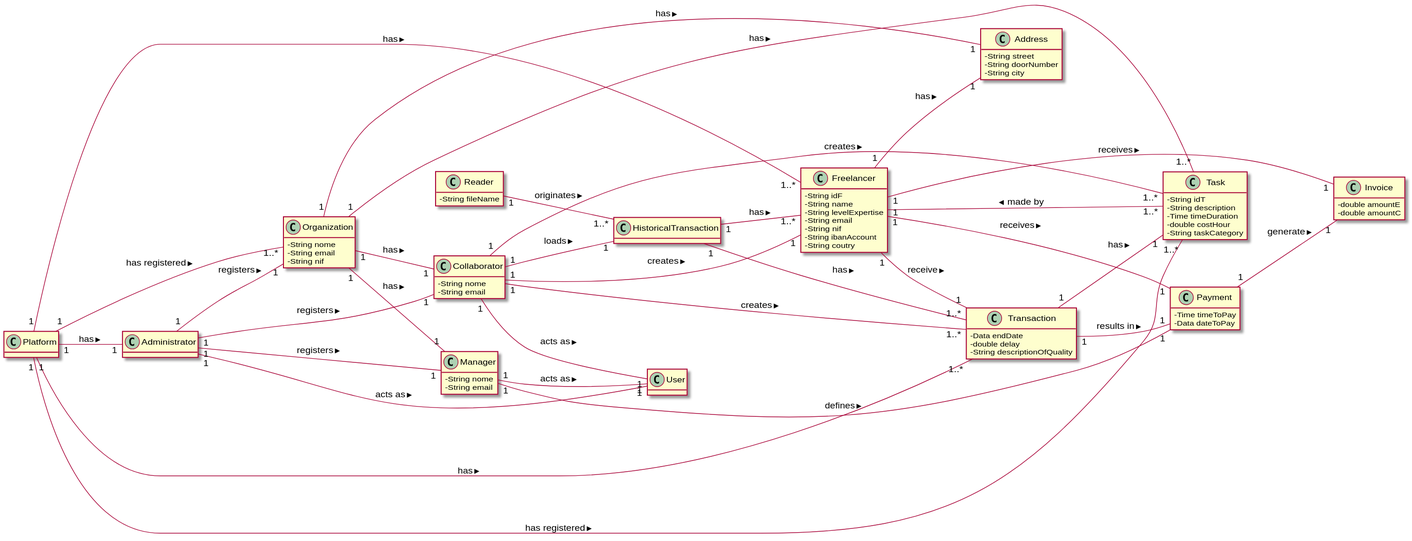
1190452/LAPR2 keeps this PlantUML diagram as docs/MD/LAPR2_MD.svg. Above is the earlier version.
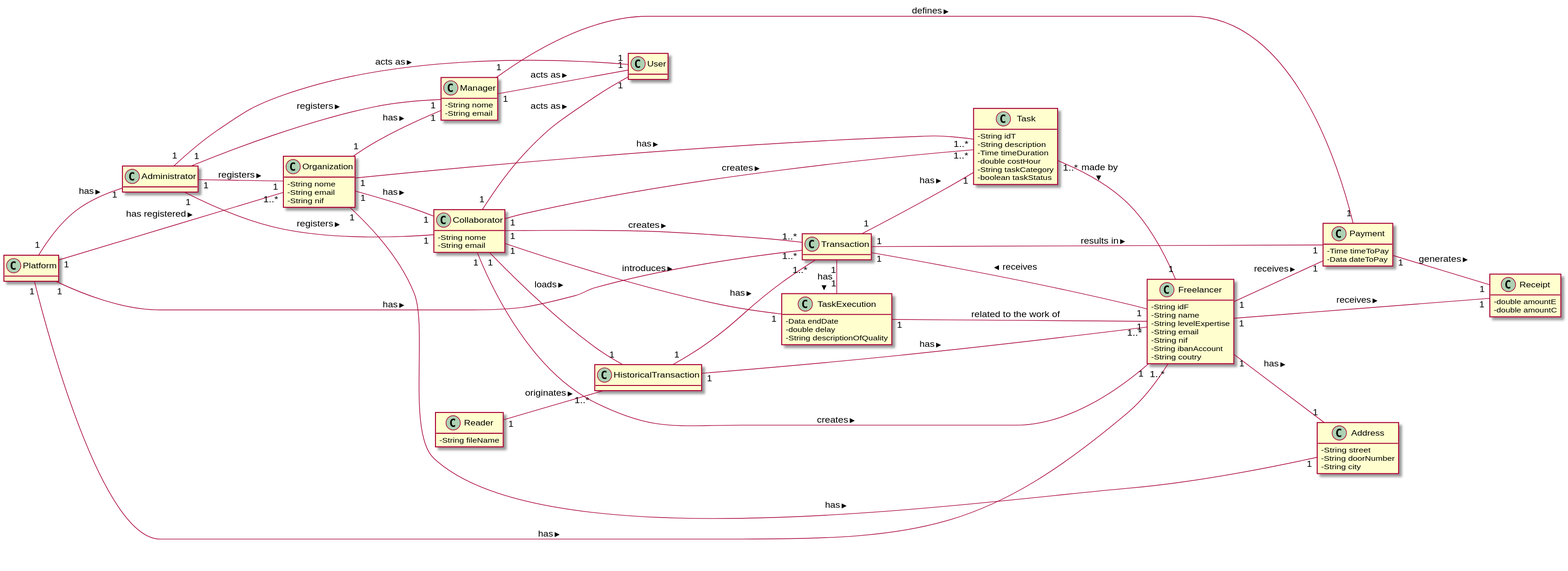
Above is the later version.

Change to the diagram source:
```diff
@@ -32,6 +32,7 @@
   -Time timeDuration
   -double costHour
   -String taskCategory
+  -boolean taskStatus
 }
 
 class Manager {
@@ -42,15 +43,12 @@
 class User {
 }
 
-class Invoice {
+class Receipt {
   -double amountE
   -double amountC
 }
 
 class Transaction {
-  -Data endDate
-  -double delay
-  -String descriptionOfQuality
 }
 
 class Address{
@@ -74,8 +72,15 @@
 class HistoricalTransaction{
 }
 
-Freelancer "1" -- "1" Transaction: receive >
-Freelancer "1" -- "1" Invoice: receives >
+class TaskExecution{
+  -Data endDate
+  -double delay
+  -String descriptionOfQuality
+  }
+
+
+Freelancer "1" -- "1" Transaction: receives >
+Freelancer "1" -- "1" Receipt: receives >
 Freelancer "1" -- "1" Payment: receives >
 Freelancer "1" -- "1" Address: has >
 
@@ -85,7 +90,6 @@
 Platform "1" -- "1" Administrator: has >
 Platform "1" -- "1..*" Organization: has registered >
 Platform "1" -- "1..*" Freelancer: has >
-Platform "1" -- "1..*" Task: has registered >
 
 Organization "1" -- "1" Address: has >
 Organization "1" -- "1" Manager: has >
@@ -102,9 +106,10 @@
 
 Transaction "1" -- "1" Payment: results in >
 Transaction "1" -- "1" Task: has >
+Transaction "1" - "1" TaskExecution: has >
 
 
-Payment "1" -- "1" Invoice: generate >
+Payment "1" -- "1" Receipt: generates >
 
 
 Reader "1" -- "1..*" HistoricalTransaction: originates >
@@ -117,4 +122,7 @@
 Collaborator "1" -- "1..*" Transaction: creates >
 Collaborator "1" -- "1" User: acts as >
 Collaborator "1" -- "1" HistoricalTransaction: loads >
+Collaborator "1" -- "1" TaskExecution: introduces >
+
+TaskExecution "1" -- "1" Freelancer: related to the work of
 @enduml
```
